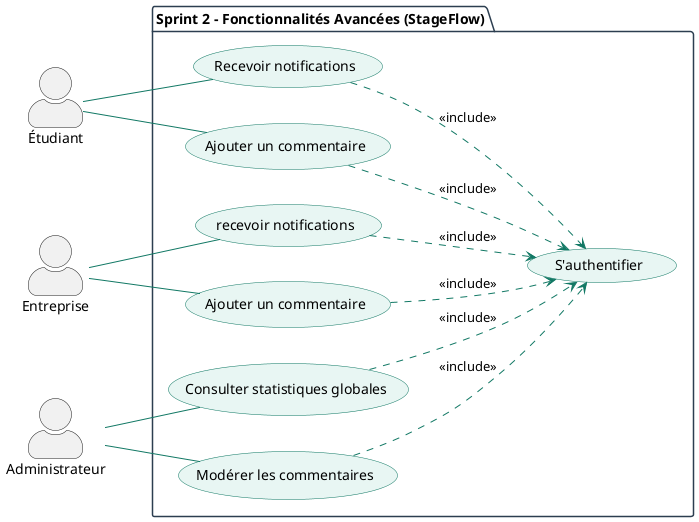
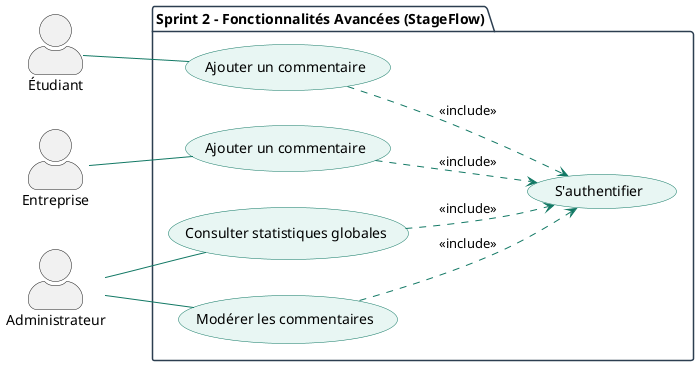
@startuml StageFlow_Sprint2
left to right direction
skinparam actorStyle awesome

skinparam package {
    BackgroundColor White
    BorderColor #2C3E50
}

skinparam usecase {
    BackgroundColor #E8F6F3
    BorderColor #117864
    ArrowColor #117864
}

actor "Étudiant" as E
actor "Entreprise" as Ent
actor "Administrateur" as Admin


package "Sprint 2 – Fonctionnalités Avancées (StageFlow)" {

    ' ========================
    ' Améliorations Étudiant
    ' ========================
-         usecase "Recevoir notifications" as UC1
-         usecase "Ajouter un commentaire" as UC2
+ 
+         usecase "Ajouter un commentaire" as UC1

    E -- UC1
-     E -- UC2


    ' ========================
    ' Améliorations Entreprise
    ' ========================
-         usecase "recevoir notifications" as UC3
-         usecase "Ajouter un commentaire" as UC4
+         usecase "Ajouter un commentaire" as UC2


-     Ent -- UC3
-     Ent -- UC4
+     Ent -- UC2



    ' ========================
    ' Améliorations Administrateur
    ' ========================
-         usecase "Consulter statistiques globales" as UC5
-         usecase "Modérer les commentaires" as UC6
+         usecase "Consulter statistiques globales" as UC3
+         usecase "Modérer les commentaires" as UC4

-     Admin -- UC5
-     Admin -- UC6
+     Admin -- UC3
+     Admin -- UC4

    usecase "S'authentifier" as Auth

UC1 ..> Auth : <<include>>
UC2 ..> Auth : <<include>>
UC3 ..> Auth : <<include>>
UC4 ..> Auth : <<include>>
- UC5 ..> Auth : <<include>>
- UC6 ..> Auth : <<include>>

}

@enduml